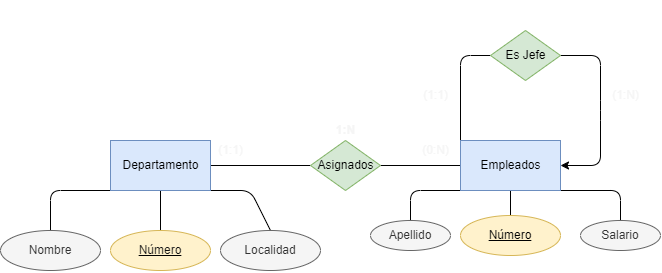
Above: tareas/tarea-1/images/ejercicio6.drawio.png in aguemarrero/base-datos (draw.io), before the change. Source tidied: cells renumbered, new cells last; positions are measured from the earlier drawing's top-left corner, leaving out a move shared by most shapes. Source of this version:
```xml
<mxGraphModel>
  <root>
    <mxCell id="0" />
    <mxCell id="1" parent="0" />
    <mxCell id="2" style="edgeStyle=none;html=1;entryX=0.5;entryY=1;entryDx=0;entryDy=0;fontColor=#000000;endArrow=none;endFill=0;exitX=0;exitY=1;exitDx=0;exitDy=0;" parent="1" edge="1" source="6" target="7">
      <mxGeometry relative="1" as="geometry">
        <Array as="points">
          <mxPoint x="50" y="190" />
        </Array>
      </mxGeometry>
    </mxCell>
    <mxCell id="3" style="edgeStyle=none;html=1;entryX=0.5;entryY=0;entryDx=0;entryDy=0;fontColor=#000000;endArrow=none;endFill=0;exitX=1;exitY=1;exitDx=0;exitDy=0;" parent="1" edge="1" source="6" target="8">
      <mxGeometry relative="1" as="geometry">
        <Array as="points">
          <mxPoint x="250" y="190" />
        </Array>
      </mxGeometry>
    </mxCell>
    <mxCell id="4" style="edgeStyle=none;html=1;fontColor=#000000;endArrow=none;endFill=0;" parent="1" edge="1" source="6" target="9">
      <mxGeometry relative="1" as="geometry" />
    </mxCell>
    <mxCell id="5" style="edgeStyle=none;html=1;exitX=1;exitY=0.5;exitDx=0;exitDy=0;fontColor=#000000;endArrow=none;endFill=0;" parent="1" edge="1" source="6" target="11">
      <mxGeometry relative="1" as="geometry" />
    </mxCell>
    <mxCell id="6" value="&lt;font color=&quot;#000000&quot;&gt;Departamento&lt;/font&gt;" style="html=1;dashed=0;whitespace=wrap;fillColor=#dae8fc;strokeColor=#6c8ebf;" parent="1" vertex="1">
      <mxGeometry x="110" y="140" width="100" height="50" as="geometry" />
    </mxCell>
    <mxCell id="7" value="Nombre" style="ellipse;whiteSpace=wrap;html=1;align=center;fontColor=#333333;fillColor=#f5f5f5;strokeColor=#666666;" parent="1" vertex="1">
      <mxGeometry y="230" width="100" height="40" as="geometry" />
    </mxCell>
    <mxCell id="8" value="Localidad" style="ellipse;whiteSpace=wrap;html=1;align=center;fontColor=#333333;fillColor=#f5f5f5;strokeColor=#666666;" parent="1" vertex="1">
      <mxGeometry x="220" y="230" width="100" height="40" as="geometry" />
    </mxCell>
    <mxCell id="9" value="&lt;font color=&quot;#121212&quot;&gt;Número&lt;/font&gt;" style="ellipse;whiteSpace=wrap;html=1;align=center;fontStyle=4;fillColor=#fff2cc;strokeColor=#d6b656;" parent="1" vertex="1">
      <mxGeometry x="110" y="230" width="100" height="40" as="geometry" />
    </mxCell>
    <mxCell id="10" style="edgeStyle=none;html=1;entryX=0;entryY=0.5;entryDx=0;entryDy=0;fontColor=#000000;endArrow=none;endFill=0;" parent="1" edge="1" source="11" target="16">
      <mxGeometry relative="1" as="geometry" />
    </mxCell>
    <mxCell id="11" value="&lt;font color=&quot;#000000&quot;&gt;Asignados&lt;/font&gt;" style="shape=rhombus;html=1;dashed=0;whitespace=wrap;perimeter=rhombusPerimeter;fillColor=#d5e8d4;strokeColor=#82b366;" parent="1" vertex="1">
      <mxGeometry x="310" y="140" width="70" height="50" as="geometry" />
    </mxCell>
    <mxCell id="12" style="edgeStyle=none;html=1;exitX=0;exitY=1;exitDx=0;exitDy=0;entryX=0.5;entryY=0;entryDx=0;entryDy=0;fontColor=#000000;endArrow=none;endFill=0;" parent="1" edge="1" source="16" target="17">
      <mxGeometry relative="1" as="geometry">
        <Array as="points">
          <mxPoint x="410" y="190" />
        </Array>
      </mxGeometry>
    </mxCell>
    <mxCell id="13" style="edgeStyle=none;html=1;exitX=1;exitY=1;exitDx=0;exitDy=0;entryX=0.5;entryY=0;entryDx=0;entryDy=0;fontColor=#000000;endArrow=none;endFill=0;" parent="1" edge="1" source="16" target="18">
      <mxGeometry relative="1" as="geometry">
        <Array as="points">
          <mxPoint x="620" y="190" />
        </Array>
      </mxGeometry>
    </mxCell>
    <mxCell id="14" style="edgeStyle=none;html=1;exitX=0;exitY=0;exitDx=0;exitDy=0;entryX=0;entryY=0.5;entryDx=0;entryDy=0;fontColor=#121212;endArrow=none;endFill=0;" parent="1" edge="1" source="16" target="21">
      <mxGeometry relative="1" as="geometry">
        <Array as="points">
          <mxPoint x="460" y="55" />
        </Array>
      </mxGeometry>
    </mxCell>
    <mxCell id="15" style="edgeStyle=none;html=1;exitX=0.5;exitY=1;exitDx=0;exitDy=0;entryX=0.5;entryY=0;entryDx=0;entryDy=0;fontColor=#FFFFFF;endArrow=none;endFill=0;" parent="1" edge="1" source="16" target="19">
      <mxGeometry relative="1" as="geometry" />
    </mxCell>
    <mxCell id="16" value="&lt;font color=&quot;#000000&quot;&gt;Empleados&lt;/font&gt;" style="html=1;dashed=0;whitespace=wrap;fillColor=#dae8fc;strokeColor=#6c8ebf;" parent="1" vertex="1">
      <mxGeometry x="460" y="140" width="100" height="50" as="geometry" />
    </mxCell>
    <mxCell id="17" value="Apellido" style="ellipse;whiteSpace=wrap;html=1;align=center;fontColor=#333333;fillColor=#f5f5f5;strokeColor=#666666;" parent="1" vertex="1">
      <mxGeometry x="370" y="220" width="80" height="30" as="geometry" />
    </mxCell>
    <mxCell id="18" value="Salario" style="ellipse;whiteSpace=wrap;html=1;align=center;fontColor=#333333;fillColor=#f5f5f5;strokeColor=#666666;" parent="1" vertex="1">
      <mxGeometry x="580" y="220" width="80" height="30" as="geometry" />
    </mxCell>
    <mxCell id="19" value="&lt;font color=&quot;#000000&quot;&gt;Número&lt;/font&gt;" style="ellipse;whiteSpace=wrap;html=1;align=center;fontStyle=4;fillColor=#fff2cc;strokeColor=#d6b656;" parent="1" vertex="1">
      <mxGeometry x="460" y="215" width="100" height="40" as="geometry" />
    </mxCell>
    <mxCell id="20" style="edgeStyle=none;html=1;fontColor=#121212;endArrow=classic;endFill=1;entryX=1;entryY=0.5;entryDx=0;entryDy=0;" parent="1" edge="1" source="21" target="16">
      <mxGeometry relative="1" as="geometry">
        <Array as="points">
          <mxPoint x="560" y="55" />
          <mxPoint x="600" y="55" />
          <mxPoint x="600" y="110" />
          <mxPoint x="600" y="165" />
        </Array>
      </mxGeometry>
    </mxCell>
    <mxCell id="21" value="&lt;font color=&quot;#000000&quot;&gt;Es Jefe&lt;/font&gt;" style="shape=rhombus;html=1;dashed=0;whitespace=wrap;perimeter=rhombusPerimeter;fillColor=#d5e8d4;strokeColor=#82b366;" parent="1" vertex="1">
      <mxGeometry x="490" y="30" width="70" height="50" as="geometry" />
    </mxCell>
    <mxCell id="22" value="(1:1)" style="text;html=1;align=center;verticalAlign=middle;strokeColor=none;fillColor=none;fontColor=#f5f5f5;" parent="1" vertex="1">
      <mxGeometry x="205" y="135" width="50" height="30" as="geometry" />
    </mxCell>
    <mxCell id="23" value="&lt;b&gt;1:N&lt;/b&gt;" style="text;html=1;align=center;verticalAlign=middle;strokeColor=none;fillColor=none;fontColor=#f5f5f5;" parent="1" vertex="1">
      <mxGeometry x="325" y="115" width="40" height="30" as="geometry" />
    </mxCell>
    <mxCell id="24" value="(0:N)" style="text;html=1;align=center;verticalAlign=middle;strokeColor=none;fillColor=none;fontColor=#f5f5f5;" parent="1" vertex="1">
      <mxGeometry x="410" y="135" width="50" height="30" as="geometry" />
    </mxCell>
    <mxCell id="25" value="(1:1)" style="text;html=1;align=center;verticalAlign=middle;strokeColor=none;fillColor=none;fontColor=#f5f5f5;" parent="1" vertex="1">
      <mxGeometry x="410" y="80" width="50" height="30" as="geometry" />
    </mxCell>
    <mxCell id="26" value="(1:N)" style="text;html=1;align=center;verticalAlign=middle;strokeColor=none;fillColor=none;fontColor=#f5f5f5;" parent="1" vertex="1">
      <mxGeometry x="600" y="80" width="50" height="30" as="geometry" />
    </mxCell>
    <mxCell id="27" value="&lt;font color=&quot;#ffffff&quot;&gt;&lt;b&gt;1:N&lt;/b&gt;&lt;/font&gt;" style="text;html=1;align=center;verticalAlign=middle;strokeColor=none;fillColor=none;fontColor=#121212;" parent="1" vertex="1">
      <mxGeometry x="505" width="40" height="30" as="geometry" />
    </mxCell>
  </root>
</mxGraphModel>
```
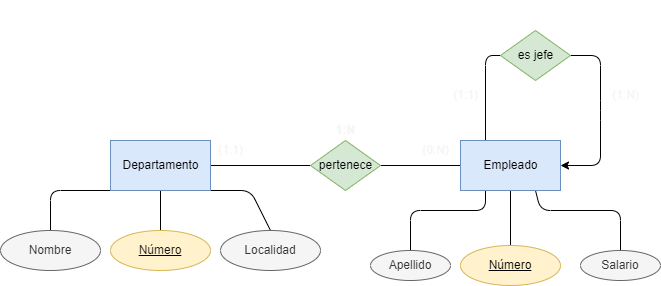
The same file after the commit.

The edit, as a diff of the source:
```diff
@@ -37,44 +37,46 @@
     <mxCell id="10" style="edgeStyle=none;html=1;entryX=0;entryY=0.5;entryDx=0;entryDy=0;fontColor=#000000;endArrow=none;endFill=0;" parent="1" edge="1" source="11" target="16">
       <mxGeometry relative="1" as="geometry" />
     </mxCell>
-    <mxCell id="11" value="&lt;font color=&quot;#000000&quot;&gt;Asignados&lt;/font&gt;" style="shape=rhombus;html=1;dashed=0;whitespace=wrap;perimeter=rhombusPerimeter;fillColor=#d5e8d4;strokeColor=#82b366;" parent="1" vertex="1">
+    <mxCell id="11" value="&lt;font color=&quot;#000000&quot;&gt;pertenece&lt;/font&gt;" style="shape=rhombus;html=1;dashed=0;whitespace=wrap;perimeter=rhombusPerimeter;fillColor=#d5e8d4;strokeColor=#82b366;" parent="1" vertex="1">
       <mxGeometry x="310" y="140" width="70" height="50" as="geometry" />
     </mxCell>
-    <mxCell id="12" style="edgeStyle=none;html=1;exitX=0;exitY=1;exitDx=0;exitDy=0;entryX=0.5;entryY=0;entryDx=0;entryDy=0;fontColor=#000000;endArrow=none;endFill=0;" parent="1" edge="1" source="16" target="17">
+    <mxCell id="12" style="edgeStyle=none;html=1;exitX=0.25;exitY=1;exitDx=0;exitDy=0;entryX=0.5;entryY=0;entryDx=0;entryDy=0;fontColor=#000000;endArrow=none;endFill=0;" parent="1" edge="1" source="16" target="17">
       <mxGeometry relative="1" as="geometry">
         <Array as="points">
-          <mxPoint x="410" y="190" />
+          <mxPoint x="485" y="210" />
+          <mxPoint x="410" y="210" />
         </Array>
       </mxGeometry>
     </mxCell>
-    <mxCell id="13" style="edgeStyle=none;html=1;exitX=1;exitY=1;exitDx=0;exitDy=0;entryX=0.5;entryY=0;entryDx=0;entryDy=0;fontColor=#000000;endArrow=none;endFill=0;" parent="1" edge="1" source="16" target="18">
+    <mxCell id="13" style="edgeStyle=none;html=1;exitX=0.75;exitY=1;exitDx=0;exitDy=0;entryX=0.5;entryY=0;entryDx=0;entryDy=0;fontColor=#000000;endArrow=none;endFill=0;" parent="1" edge="1" source="16" target="18">
       <mxGeometry relative="1" as="geometry">
         <Array as="points">
-          <mxPoint x="620" y="190" />
+          <mxPoint x="540" y="210" />
+          <mxPoint x="620" y="210" />
         </Array>
       </mxGeometry>
     </mxCell>
-    <mxCell id="14" style="edgeStyle=none;html=1;exitX=0;exitY=0;exitDx=0;exitDy=0;entryX=0;entryY=0.5;entryDx=0;entryDy=0;fontColor=#121212;endArrow=none;endFill=0;" parent="1" edge="1" source="16" target="21">
+    <mxCell id="14" style="edgeStyle=none;html=1;exitX=0.25;exitY=0;exitDx=0;exitDy=0;entryX=0;entryY=0.5;entryDx=0;entryDy=0;fontColor=#121212;endArrow=none;endFill=0;" parent="1" edge="1" source="16" target="21">
       <mxGeometry relative="1" as="geometry">
         <Array as="points">
-          <mxPoint x="460" y="55" />
+          <mxPoint x="485" y="55" />
         </Array>
       </mxGeometry>
     </mxCell>
     <mxCell id="15" style="edgeStyle=none;html=1;exitX=0.5;exitY=1;exitDx=0;exitDy=0;entryX=0.5;entryY=0;entryDx=0;entryDy=0;fontColor=#FFFFFF;endArrow=none;endFill=0;" parent="1" edge="1" source="16" target="19">
       <mxGeometry relative="1" as="geometry" />
     </mxCell>
-    <mxCell id="16" value="&lt;font color=&quot;#000000&quot;&gt;Empleados&lt;/font&gt;" style="html=1;dashed=0;whitespace=wrap;fillColor=#dae8fc;strokeColor=#6c8ebf;" parent="1" vertex="1">
+    <mxCell id="16" value="&lt;font color=&quot;#000000&quot;&gt;Empleado&lt;/font&gt;" style="html=1;dashed=0;whitespace=wrap;fillColor=#dae8fc;strokeColor=#6c8ebf;" parent="1" vertex="1">
       <mxGeometry x="460" y="140" width="100" height="50" as="geometry" />
     </mxCell>
     <mxCell id="17" value="Apellido" style="ellipse;whiteSpace=wrap;html=1;align=center;fontColor=#333333;fillColor=#f5f5f5;strokeColor=#666666;" parent="1" vertex="1">
-      <mxGeometry x="370" y="220" width="80" height="30" as="geometry" />
+      <mxGeometry x="370" y="250" width="80" height="30" as="geometry" />
     </mxCell>
     <mxCell id="18" value="Salario" style="ellipse;whiteSpace=wrap;html=1;align=center;fontColor=#333333;fillColor=#f5f5f5;strokeColor=#666666;" parent="1" vertex="1">
-      <mxGeometry x="580" y="220" width="80" height="30" as="geometry" />
+      <mxGeometry x="580" y="250" width="80" height="30" as="geometry" />
     </mxCell>
     <mxCell id="19" value="&lt;font color=&quot;#000000&quot;&gt;Número&lt;/font&gt;" style="ellipse;whiteSpace=wrap;html=1;align=center;fontStyle=4;fillColor=#fff2cc;strokeColor=#d6b656;" parent="1" vertex="1">
-      <mxGeometry x="460" y="215" width="100" height="40" as="geometry" />
+      <mxGeometry x="460" y="245" width="100" height="40" as="geometry" />
     </mxCell>
     <mxCell id="20" style="edgeStyle=none;html=1;fontColor=#121212;endArrow=classic;endFill=1;entryX=1;entryY=0.5;entryDx=0;entryDy=0;" parent="1" edge="1" source="21" target="16">
       <mxGeometry relative="1" as="geometry">
@@ -86,8 +88,8 @@
         </Array>
       </mxGeometry>
     </mxCell>
-    <mxCell id="21" value="&lt;font color=&quot;#000000&quot;&gt;Es Jefe&lt;/font&gt;" style="shape=rhombus;html=1;dashed=0;whitespace=wrap;perimeter=rhombusPerimeter;fillColor=#d5e8d4;strokeColor=#82b366;" parent="1" vertex="1">
-      <mxGeometry x="490" y="30" width="70" height="50" as="geometry" />
+    <mxCell id="21" value="&lt;font color=&quot;#000000&quot;&gt;es jefe&lt;/font&gt;" style="shape=rhombus;html=1;dashed=0;whitespace=wrap;perimeter=rhombusPerimeter;fillColor=#d5e8d4;strokeColor=#82b366;" parent="1" vertex="1">
+      <mxGeometry x="500" y="30" width="70" height="50" as="geometry" />
     </mxCell>
     <mxCell id="22" value="(1:1)" style="text;html=1;align=center;verticalAlign=middle;strokeColor=none;fillColor=none;fontColor=#f5f5f5;" parent="1" vertex="1">
       <mxGeometry x="205" y="135" width="50" height="30" as="geometry" />
@@ -99,13 +101,13 @@
       <mxGeometry x="410" y="135" width="50" height="30" as="geometry" />
     </mxCell>
     <mxCell id="25" value="(1:1)" style="text;html=1;align=center;verticalAlign=middle;strokeColor=none;fillColor=none;fontColor=#f5f5f5;" parent="1" vertex="1">
-      <mxGeometry x="410" y="80" width="50" height="30" as="geometry" />
+      <mxGeometry x="440" y="80" width="50" height="30" as="geometry" />
     </mxCell>
     <mxCell id="26" value="(1:N)" style="text;html=1;align=center;verticalAlign=middle;strokeColor=none;fillColor=none;fontColor=#f5f5f5;" parent="1" vertex="1">
       <mxGeometry x="600" y="80" width="50" height="30" as="geometry" />
     </mxCell>
     <mxCell id="27" value="&lt;font color=&quot;#ffffff&quot;&gt;&lt;b&gt;1:N&lt;/b&gt;&lt;/font&gt;" style="text;html=1;align=center;verticalAlign=middle;strokeColor=none;fillColor=none;fontColor=#121212;" parent="1" vertex="1">
-      <mxGeometry x="505" width="40" height="30" as="geometry" />
+      <mxGeometry x="515" width="40" height="30" as="geometry" />
     </mxCell>
   </root>
 </mxGraphModel>
```
